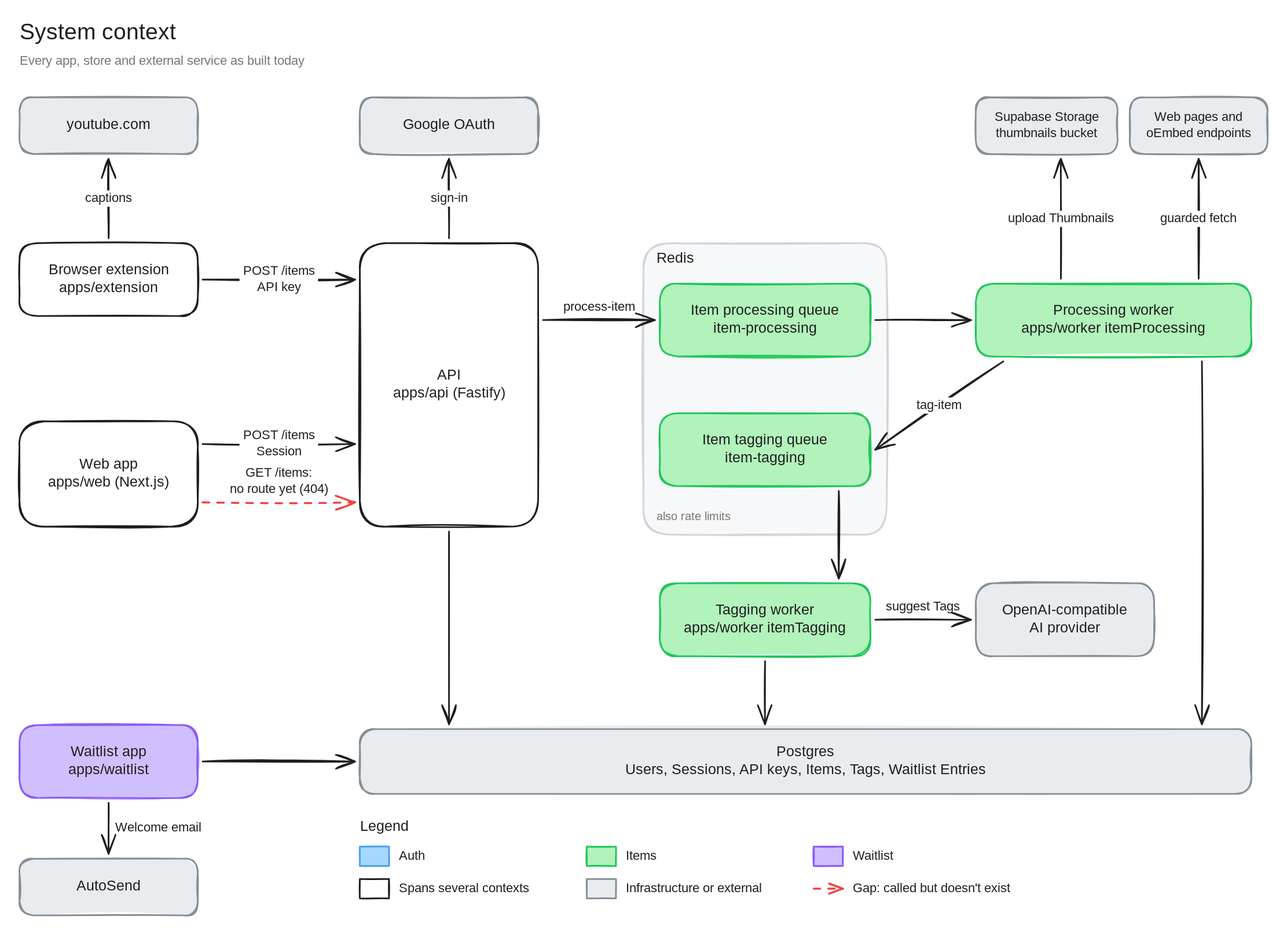
The Excalidraw diagram docs/diagrams/system-context.excalidraw.svg in souravdotdev/Resonory, before a commit. Source tidied: one line per element, renumbered; positions are measured from the earlier drawing's top-left corner, leaving out a move shared by most shapes.
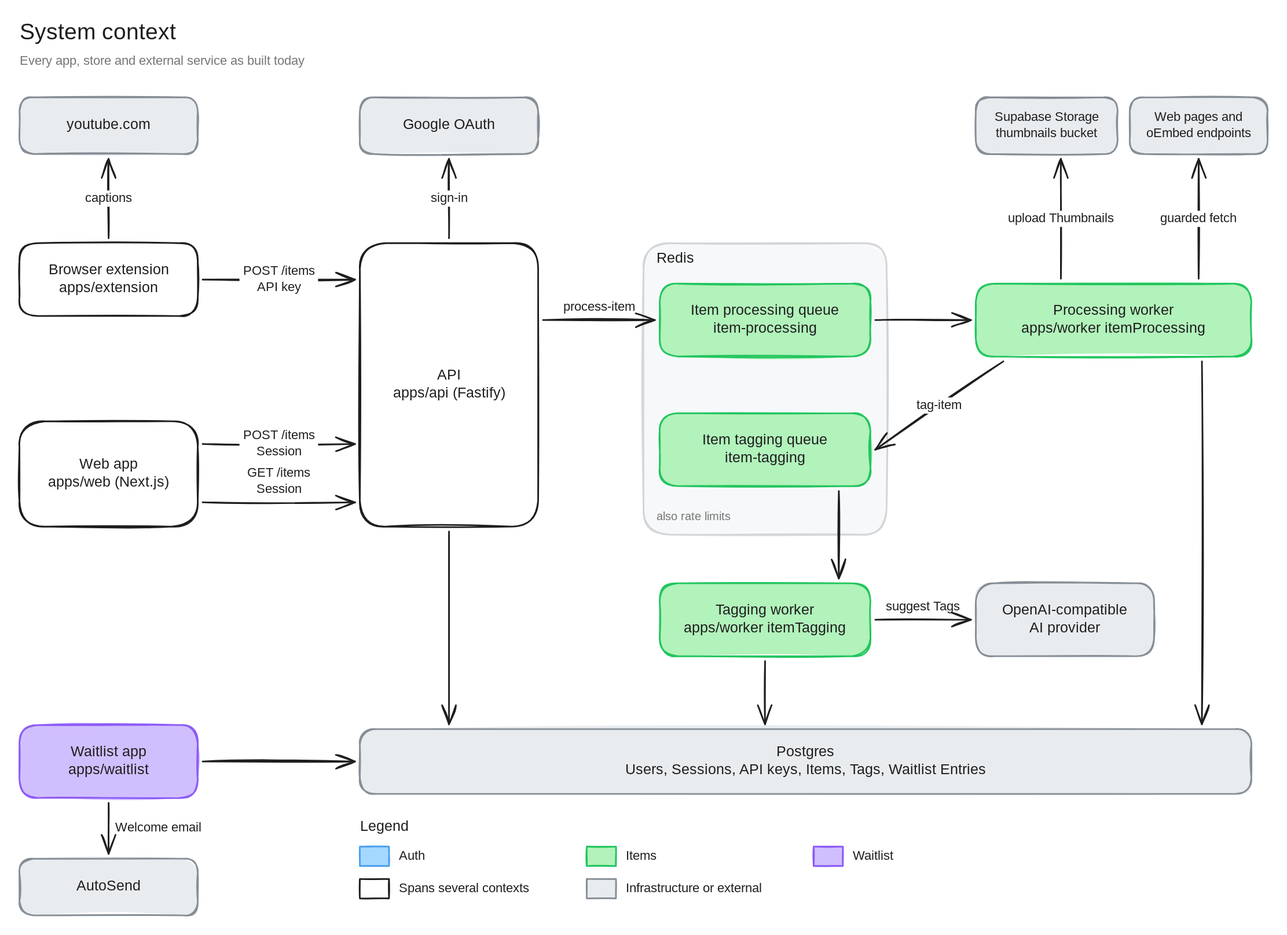
After the change.

Commit message:
docs(items): draw the Library's call as a working call on the system context diagram

Change to the diagram source:
```diff
@@ -39,8 +39,8 @@
 {"id": 38, "type": "text", "text": "POST /items\nAPI key", "strokeColor": "#1e1e1e", "strokeWidth": 2, "roughness": 1, "fontSize": 16, "fontFamily": 5, "textAlign": "center", "verticalAlign": "middle", "inside": 37, "x": 272, "y": 301, "width": 97, "height": 40}
 {"id": 39, "type": "arrow", "strokeColor": "#1e1e1e", "strokeWidth": 2, "roughness": 1, "endArrowhead": "arrow", "from": 9, "to": 13, "x": 226, "y": 524, "width": 188, "height": 0, "points": [[0, 0], [188, 0]]}
 {"id": 40, "type": "text", "text": "POST /items\nSession", "strokeColor": "#1e1e1e", "strokeWidth": 2, "roughness": 1, "fontSize": 16, "fontFamily": 5, "textAlign": "center", "verticalAlign": "middle", "inside": 39, "x": 272, "y": 504, "width": 97, "height": 40}
-{"id": 41, "type": "arrow", "strokeColor": "#ef4444", "strokeWidth": 2, "strokeStyle": "dashed", "roughness": 1, "endArrowhead": "arrow", "from": 9, "to": 13, "x": 226, "y": 596, "width": 188, "height": 0, "points": [[0, 0], [188, 0]]}
+{"id": 41, "type": "arrow", "strokeColor": "#1e1e1e", "strokeWidth": 2, "roughness": 1, "endArrowhead": "arrow", "from": 9, "to": 13, "x": 226, "y": 596, "width": 188, "height": 0, "points": [[0, 0], [188, 0]]}
-{"id": 42, "type": "text", "text": "GET /items:\nno route yet (404)", "strokeColor": "#1e1e1e", "strokeWidth": 2, "roughness": 1, "fontSize": 16, "fontFamily": 5, "textAlign": "center", "x": 240, "y": 550, "width": 159, "height": 40}
+{"id": 42, "type": "text", "text": "GET /items\nSession", "strokeColor": "#1e1e1e", "strokeWidth": 2, "roughness": 1, "fontSize": 16, "fontFamily": 5, "textAlign": "center", "x": 272, "y": 550, "width": 97, "height": 40}
 {"id": 43, "type": "arrow", "strokeColor": "#1e1e1e", "strokeWidth": 2, "roughness": 1, "endArrowhead": "arrow", "from": 13, "to": 11, "x": 530, "y": 270, "width": 0, "height": 98, "points": [[0, 0], [0, -98]]}
 {"id": 44, "type": "text", "text": "sign-in", "strokeColor": "#1e1e1e", "strokeWidth": 2, "roughness": 1, "fontSize": 16, "fontFamily": 5, "textAlign": "center", "verticalAlign": "middle", "inside": 43, "x": 499, "y": 211, "width": 62, "height": 20}
 {"id": 45, "type": "arrow", "strokeColor": "#1e1e1e", "strokeWidth": 2, "roughness": 1, "endArrowhead": "arrow", "from": 13, "to": 15, "x": 646, "y": 371, "width": 138, "height": 0, "points": [[0, 0], [138, 0]]}
@@ -72,5 +72,3 @@
 {"id": 71, "type": "text", "text": "Spans several contexts", "strokeColor": "#1e1e1e", "strokeWidth": 2, "roughness": 1, "fontSize": 16, "fontFamily": 5, "x": 468, "y": 1063, "width": 194, "height": 20}
 {"id": 72, "type": "rectangle", "strokeColor": "#868e96", "backgroundColor": "#e9ecef", "fillStyle": "solid", "strokeWidth": 2, "roughness": 1, "x": 700, "y": 1061, "width": 36, "height": 24}
 {"id": 73, "type": "text", "text": "Infrastructure or external", "strokeColor": "#1e1e1e", "strokeWidth": 2, "roughness": 1, "fontSize": 16, "fontFamily": 5, "x": 748, "y": 1063, "width": 229, "height": 20}
-{"id": 74, "type": "arrow", "strokeColor": "#ef4444", "strokeWidth": 2, "strokeStyle": "dashed", "roughness": 1, "endArrowhead": "arrow", "x": 980, "y": 1073, "width": 36, "height": 0, "points": [[0, 0], [36, 0]]}
-{"id": 75, "type": "text", "text": "Gap: called but doesn't exist", "strokeColor": "#1e1e1e", "strokeWidth": 2, "roughness": 1, "fontSize": 16, "fontFamily": 5, "x": 1028, "y": 1063, "width": 256, "height": 20}
```
